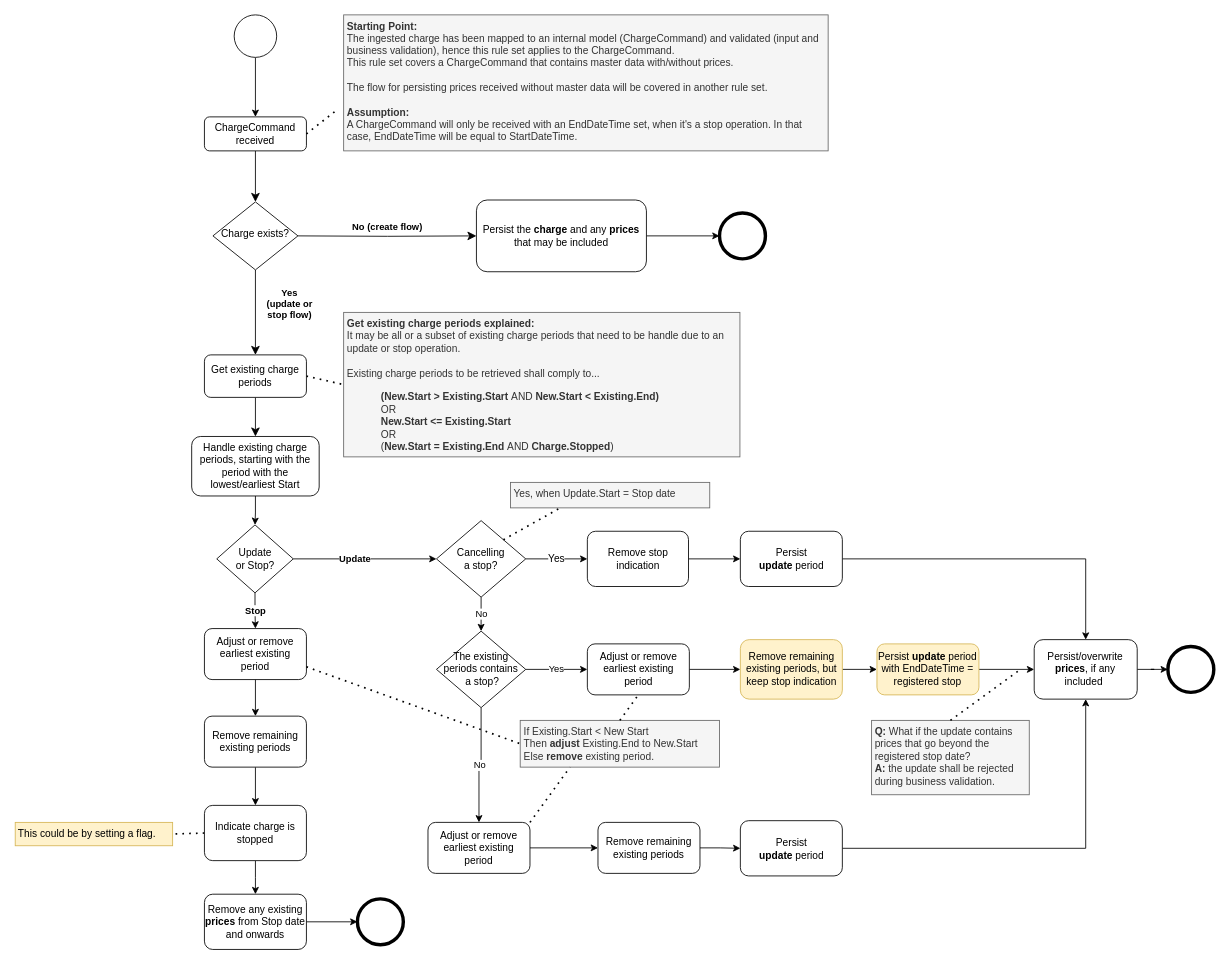
Energinet-DataHub/ARCHIVED-geh-charges keeps this draw.io diagram as page "Ruleset_v2_FlagVersion" (1 of 3) of docs/process-flows/images/PersistingChargesRuleSet_ProcessFlow.drawio. Above is the earlier version. Source tidied: cells renumbered, new cells numbered last; positions are measured from the earlier drawing's top-left corner, leaving out a move shared by most shapes. Both pictures are drawn from the tidied source at 85%, with x=0, y=0 at pixel (14, 14).
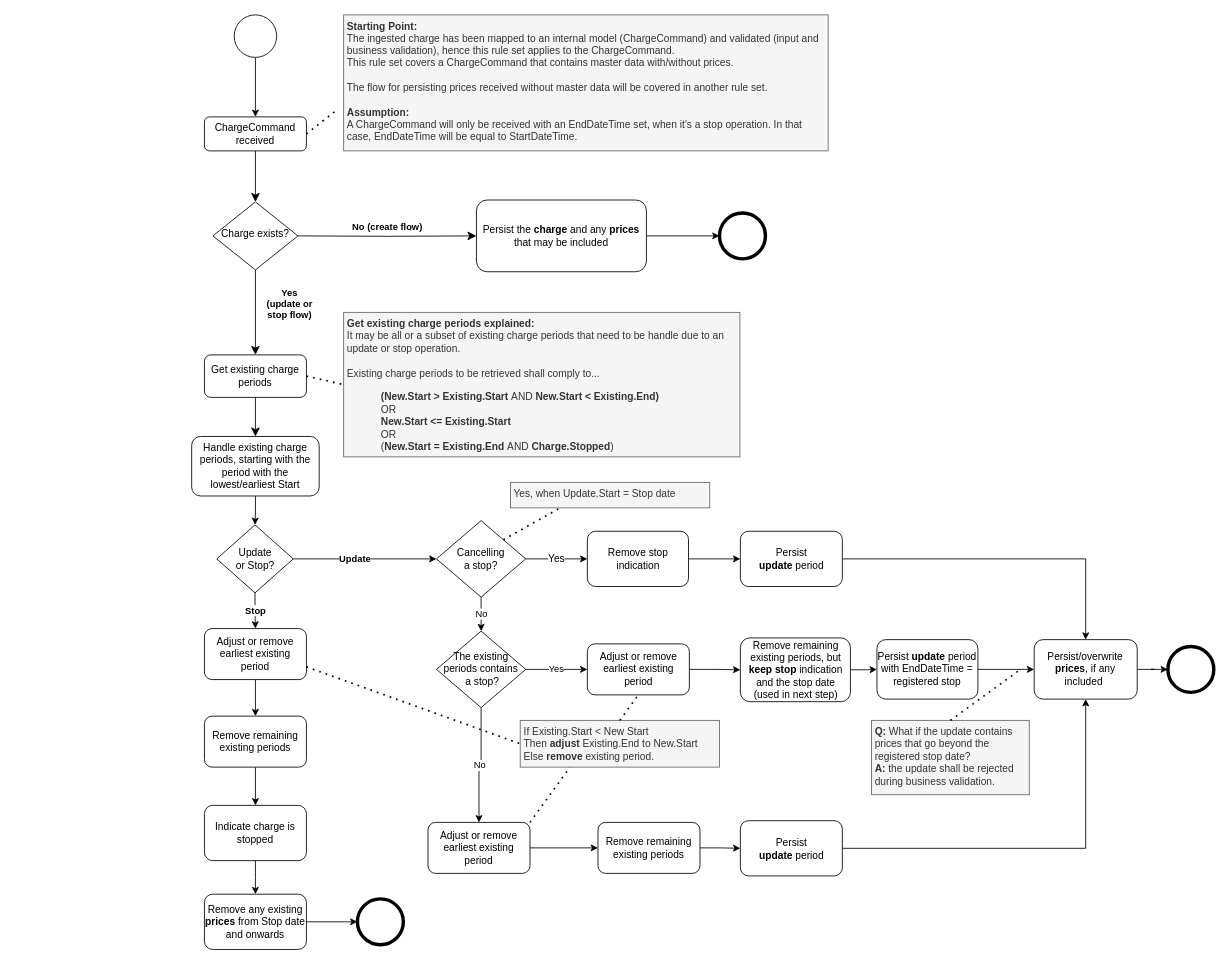
Above is the later version.

Unchanged cells that the change refers to:
```xml
<mxCell id="63" value="Indicate charge is stopped" style="rounded=1;whiteSpace=wrap;html=1;" parent="1" vertex="1">
  <mxGeometry x="223" y="930" width="120" height="65" as="geometry" />
</mxCell>
```

Change to the diagram source:
```diff
@@
-    <mxCell id="22" value="This could be by setting a flag." style="text;html=1;align=left;verticalAlign=top;whiteSpace=wrap;rounded=0;perimeterSpacing=0;spacingTop=0;spacingLeft=2;spacingBottom=2;fillColor=#fff2cc;strokeColor=#d6b656;" parent="1" vertex="1">
-      <mxGeometry x="0.4" y="950" width="185.2" height="27.5" as="geometry" />
-    </mxCell>
-    <mxCell id="23" style="endArrow=none;dashed=1;html=1;dashPattern=1 3;strokeWidth=2;exitX=0;exitY=0.5;exitDx=0;exitDy=0;entryX=1;entryY=0.5;entryDx=0;entryDy=0;" parent="1" edge="1" source="63" target="22">
-      <mxGeometry relative="1" as="geometry" />
-    </mxCell>
@@
-    <mxCell id="46" value="Remove remaining existing periods, but keep stop indication" style="rounded=1;whiteSpace=wrap;html=1;fillColor=#fff2cc;strokeColor=#d6b656;" parent="1" vertex="1">
-      <mxGeometry x="853.5" y="735" width="120" height="70" as="geometry" />
+    <mxCell id="46" value="Remove remaining existing periods, but &lt;b&gt;keep stop&lt;/b&gt; indication and the stop date &lt;br&gt;(used in next step)" style="rounded=1;whiteSpace=wrap;html=1;" parent="1" vertex="1">
+      <mxGeometry x="853.5" y="733" width="129.5" height="75" as="geometry" />
     </mxCell>
@@
-    <mxCell id="48" value="Persist &lt;b&gt;update &lt;/b&gt;period with EndDateTime = registered stop" style="rounded=1;whiteSpace=wrap;html=1;fillColor=#fff2cc;strokeColor=#d6b656;" parent="1" vertex="1">
-      <mxGeometry x="1014.2" y="740" width="120" height="60" as="geometry" />
+    <mxCell id="48" value="Persist &lt;b&gt;update &lt;/b&gt;period with EndDateTime = registered stop" style="rounded=1;whiteSpace=wrap;html=1;" parent="1" vertex="1">
+      <mxGeometry x="1014.2" y="735" width="118.8" height="70" as="geometry" />
     </mxCell>
```
